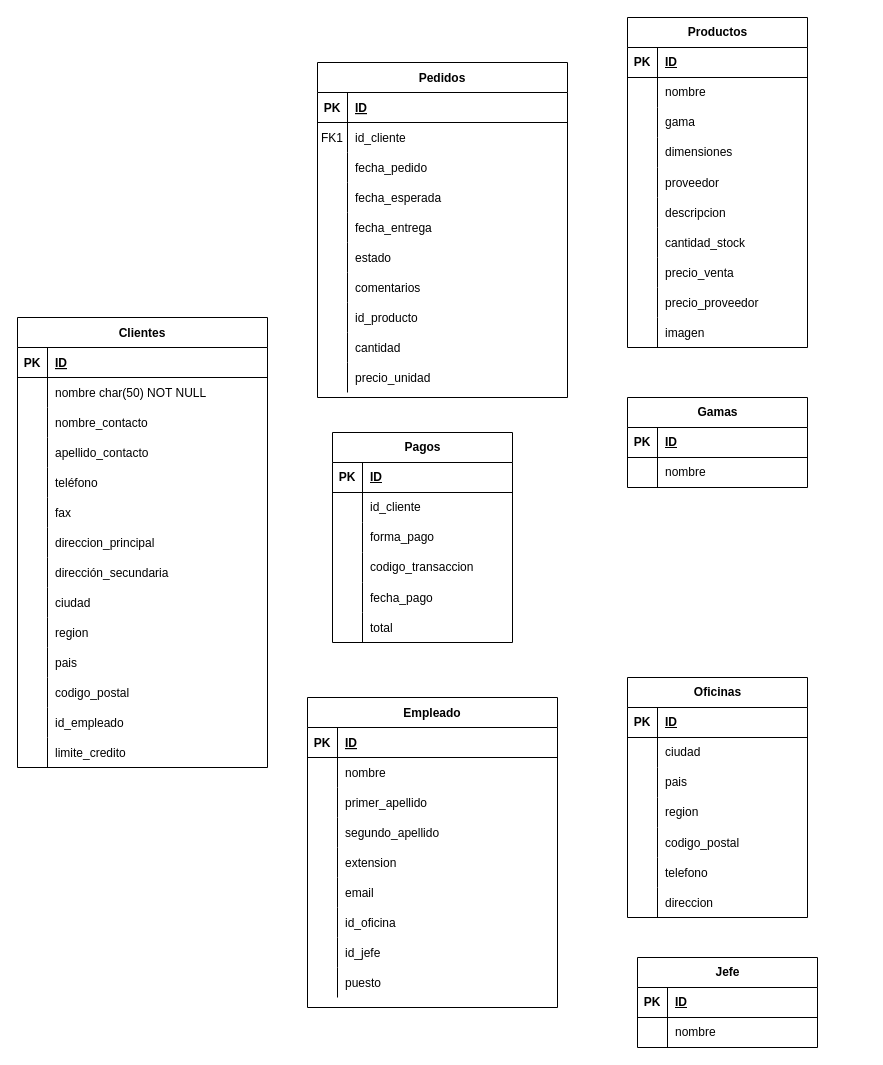
Above: workshop-base-datos.drawio in WhitneySt/workshop-jardineria-makaia (draw.io), before the change. Source tidied: cells renumbered, new cells numbered last; positions are measured from the earlier drawing's top-left corner, leaving out a move shared by most shapes. Both pictures are drawn from the tidied source at 100%, with x=0, y=0 at pixel (17, 17).
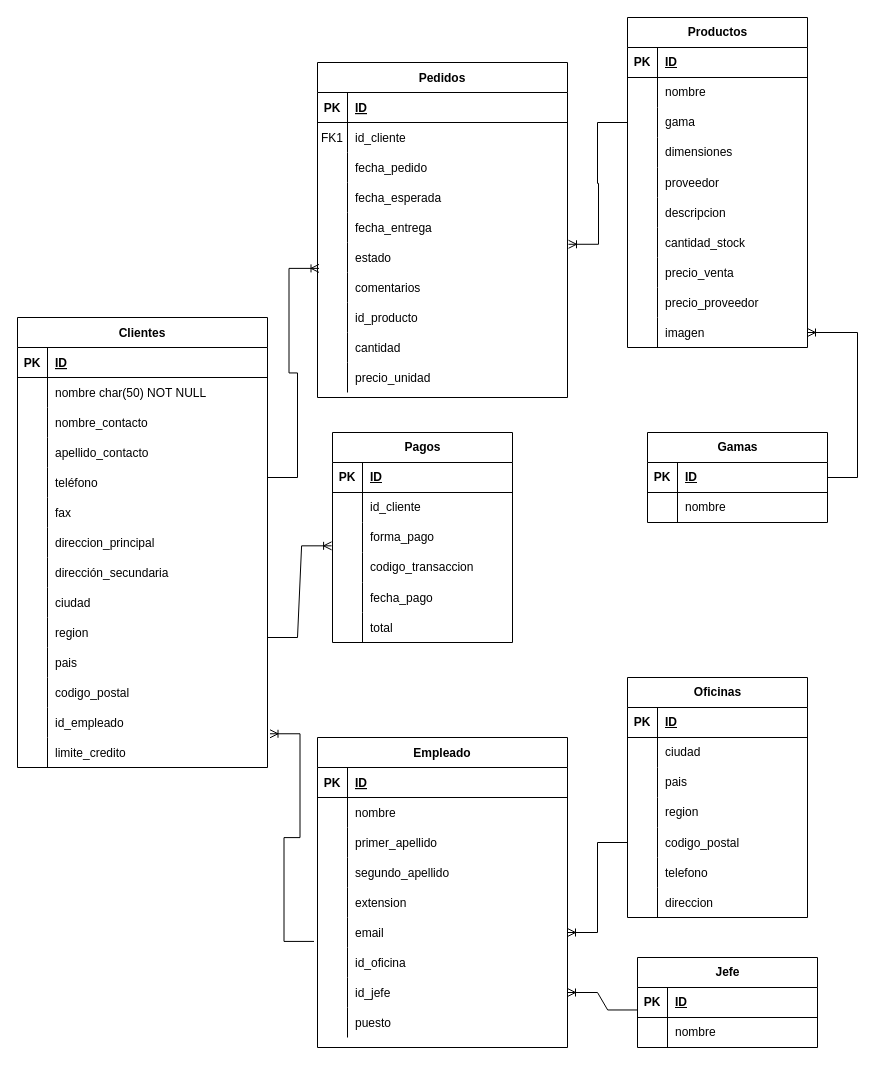
After the change.

Unchanged cells that the change refers to:
```xml
<mxCell id="18" style="shape=tableRow;horizontal=0;startSize=0;swimlaneHead=0;swimlaneBody=0;fillColor=none;points=[[0,0.5],[1,0.5]];portConstraint=eastwest;top=0;left=0;right=0;bottom=0;" parent="2" vertex="1">
  <mxGeometry y="180" width="250" height="30" as="geometry" />
</mxCell>
<mxCell id="49" style="shape=tableRow;horizontal=0;startSize=0;swimlaneHead=0;swimlaneBody=0;fillColor=none;points=[[0,0.5],[1,0.5]];portConstraint=eastwest;top=0;left=0;right=0;bottom=0;" parent="33" vertex="1">
  <mxGeometry y="180" width="250" height="30" as="geometry" />
</mxCell>
<mxCell id="55" style="shape=tableRow;horizontal=0;startSize=0;swimlaneHead=0;swimlaneBody=0;fillColor=none;points=[[0,0.5],[1,0.5]];portConstraint=eastwest;top=0;left=0;right=0;bottom=0;" parent="33" vertex="1">
  <mxGeometry y="240" width="250" height="30" as="geometry" />
</mxCell>
<mxCell id="98" style="shape=tableRow;horizontal=0;startSize=0;swimlaneHead=0;swimlaneBody=0;fillColor=none;points=[[0,0.5],[1,0.5]];portConstraint=eastwest;top=0;left=0;right=0;bottom=0;" parent="61" vertex="1">
  <mxGeometry y="390" width="250" height="30" as="geometry" />
</mxCell>
<mxCell id="117" style="shape=tableRow;horizontal=0;startSize=0;swimlaneHead=0;swimlaneBody=0;fillColor=none;points=[[0,0.5],[1,0.5]];portConstraint=eastwest;top=0;left=0;right=0;bottom=0;" parent="104" vertex="1">
  <mxGeometry y="150" width="180" height="30" as="geometry" />
</mxCell>
<mxCell id="127" style="shape=tableRow;horizontal=0;startSize=0;swimlaneHead=0;swimlaneBody=0;fillColor=none;points=[[0,0.5],[1,0.5]];portConstraint=eastwest;top=0;left=0;right=0;bottom=1;" parent="126" vertex="1">
  <mxGeometry y="30" width="180" height="30" as="geometry" />
</mxCell>
<mxCell id="140" style="shape=tableRow;horizontal=0;startSize=0;swimlaneHead=0;swimlaneBody=0;fillColor=none;points=[[0,0.5],[1,0.5]];portConstraint=eastwest;top=0;left=0;right=0;bottom=0;" parent="133" vertex="1">
  <mxGeometry y="90" width="180" height="30" as="geometry" />
</mxCell>
<mxCell id="161" style="shape=tableRow;horizontal=0;startSize=0;swimlaneHead=0;swimlaneBody=0;fillColor=none;points=[[0,0.5],[1,0.5]];portConstraint=eastwest;top=0;left=0;right=0;bottom=0;" parent="133" vertex="1">
  <mxGeometry y="300" width="180" height="30" as="geometry" />
</mxCell>
<mxCell id="178" style="shape=tableRow;horizontal=0;startSize=0;swimlaneHead=0;swimlaneBody=0;fillColor=none;points=[[0,0.5],[1,0.5]];portConstraint=eastwest;top=0;left=0;right=0;bottom=0;" parent="171" vertex="1">
  <mxGeometry y="90" width="180" height="30" as="geometry" />
</mxCell>
```

Change to the diagram source:
```diff
@@
     <mxCell id="33" value="Empleado" style="shape=table;startSize=30;childLayout=tableLayout;rowLines=0;fontStyle=1;align=center;" parent="1" vertex="1">
-      <mxGeometry x="290" y="680" width="250" height="310" as="geometry" />
+      <mxGeometry x="300" y="720" width="250" height="310" as="geometry" />
     </mxCell>
@@
     <mxCell id="164" value="Gamas" style="shape=table;startSize=30;childLayout=tableLayout;rowLines=0;fontStyle=1;align=center;html=1;" parent="1" vertex="1">
-      <mxGeometry x="610" y="380" width="180" height="90" as="geometry" />
+      <mxGeometry x="630" y="415" width="180" height="90" as="geometry" />
     </mxCell>
@@
+    <mxCell id="190" style="edgeStyle=entityRelationEdgeStyle;fontSize=12;html=1;endArrow=ERoneToMany;rounded=0;entryX=0.006;entryY=0.863;entryDx=0;entryDy=0;entryPerimeter=0;" parent="1" edge="1" target="18">
+      <mxGeometry relative="1" as="geometry">
+        <mxPoint x="250" y="460" as="sourcePoint" />
+      </mxGeometry>
+    </mxCell>
+    <mxCell id="191" style="edgeStyle=entityRelationEdgeStyle;fontSize=12;html=1;endArrow=ERoneToMany;rounded=0;entryX=-0.005;entryY=0.778;entryDx=0;entryDy=0;entryPerimeter=0;" parent="1" edge="1" target="178">
+      <mxGeometry relative="1" as="geometry">
+        <mxPoint x="250" y="620" as="sourcePoint" />
+      </mxGeometry>
+    </mxCell>
+    <mxCell id="192" style="edgeStyle=entityRelationEdgeStyle;fontSize=12;html=1;endArrow=ERoneToMany;rounded=0;exitX=0;exitY=0.5;exitDx=0;exitDy=0;entryX=1;entryY=0.5;entryDx=0;entryDy=0;" parent="1" edge="1" source="117" target="49">
+      <mxGeometry relative="1" as="geometry">
+        <Array as="points">
+          <mxPoint x="609" y="840" />
+        </Array>
+      </mxGeometry>
+    </mxCell>
+    <mxCell id="193" style="edgeStyle=entityRelationEdgeStyle;fontSize=12;html=1;endArrow=ERoneToMany;rounded=0;exitX=0.001;exitY=0.749;exitDx=0;exitDy=0;exitPerimeter=0;entryX=1;entryY=0.5;entryDx=0;entryDy=0;" parent="1" edge="1" source="127" target="55">
+      <mxGeometry relative="1" as="geometry">
+        <Array as="points">
+          <mxPoint x="629" y="895" />
+        </Array>
+      </mxGeometry>
+    </mxCell>
+    <mxCell id="194" style="edgeStyle=entityRelationEdgeStyle;fontSize=12;html=1;endArrow=ERoneToMany;rounded=0;" parent="1" edge="1" target="161">
+      <mxGeometry relative="1" as="geometry">
+        <mxPoint x="810" y="460" as="sourcePoint" />
+        <Array as="points">
+          <mxPoint x="700" y="350" />
+          <mxPoint x="830" y="420" />
+        </Array>
+      </mxGeometry>
+    </mxCell>
+    <mxCell id="195" style="edgeStyle=entityRelationEdgeStyle;fontSize=12;html=1;endArrow=ERoneToMany;rounded=0;entryX=1.01;entryY=0.876;entryDx=0;entryDy=0;entryPerimeter=0;exitX=-0.014;exitY=0.797;exitDx=0;exitDy=0;exitPerimeter=0;" parent="1" edge="1" source="49" target="98">
+      <mxGeometry relative="1" as="geometry" />
+    </mxCell>
+    <mxCell id="196" style="edgeStyle=entityRelationEdgeStyle;fontSize=12;html=1;endArrow=ERoneToMany;rounded=0;exitX=0;exitY=0.5;exitDx=0;exitDy=0;entryX=1.004;entryY=0.059;entryDx=0;entryDy=0;entryPerimeter=0;" parent="1" edge="1" source="140" target="18">
+      <mxGeometry relative="1" as="geometry" />
+    </mxCell>
```
